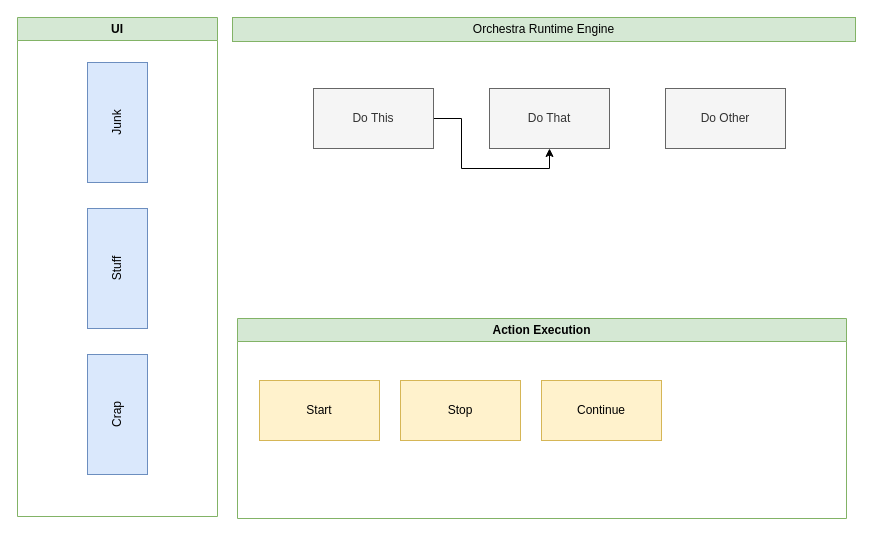
Earlier version of the draw.io diagram demo-diagrams/first-demo-diagram.drawio (jkilgrow/design-diagrams). Source tidied: cells renumbered, new cells numbered last; positions are measured from the earlier drawing's top-left corner, leaving out a move shared by most shapes. Both pictures are drawn from the tidied source at 100%, with x=0, y=0 at pixel (17, 17).
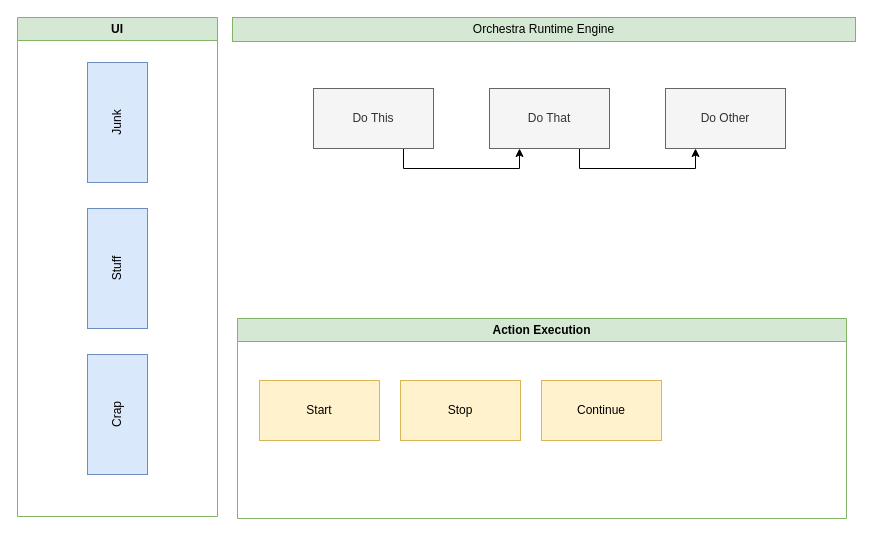
After the change.

Commit message:
Fixing and expanding the lines

The edit, as a diff of the source:
```diff
@@
 <mxGraphModel>
   <root>
     <mxCell id="0" />
     <mxCell id="1" parent="0" />
     <mxCell id="2" value="UI" style="swimlane;whiteSpace=wrap;html=1;fillColor=#d5e8d4;strokeColor=#82b366;" parent="1" vertex="1">
       <mxGeometry width="200" height="499" as="geometry" />
     </mxCell>
     <mxCell id="3" value="Crap" style="rounded=0;whiteSpace=wrap;html=1;fillColor=#dae8fc;strokeColor=#6c8ebf;rotation=-90;" parent="2" vertex="1">
       <mxGeometry x="40" y="367" width="120" height="60" as="geometry" />
     </mxCell>
     <mxCell id="4" value="Stuff" style="rounded=0;whiteSpace=wrap;html=1;fillColor=#dae8fc;strokeColor=#6c8ebf;rotation=-90;" parent="2" vertex="1">
       <mxGeometry x="40" y="221" width="120" height="60" as="geometry" />
     </mxCell>
     <mxCell id="5" value="Junk" style="rounded=0;whiteSpace=wrap;html=1;fillColor=#dae8fc;strokeColor=#6c8ebf;rotation=-90;" parent="2" vertex="1">
       <mxGeometry x="40" y="75" width="120" height="60" as="geometry" />
     </mxCell>
     <mxCell id="6" value="Action Execution" style="swimlane;whiteSpace=wrap;html=1;fillColor=#d5e8d4;strokeColor=#82b366;" parent="1" vertex="1">
       <mxGeometry x="220" y="301" width="609" height="200" as="geometry" />
     </mxCell>
     <mxCell id="7" value="Start" style="rounded=0;whiteSpace=wrap;html=1;fillColor=#fff2cc;strokeColor=#d6b656;" parent="6" vertex="1">
       <mxGeometry x="22" y="62" width="120" height="60" as="geometry" />
     </mxCell>
     <mxCell id="8" value="Stop" style="rounded=0;whiteSpace=wrap;html=1;fillColor=#fff2cc;strokeColor=#d6b656;" parent="6" vertex="1">
       <mxGeometry x="163" y="62" width="120" height="60" as="geometry" />
     </mxCell>
     <mxCell id="9" value="Continue" style="rounded=0;whiteSpace=wrap;html=1;fillColor=#fff2cc;strokeColor=#d6b656;" parent="6" vertex="1">
       <mxGeometry x="304" y="62" width="120" height="60" as="geometry" />
     </mxCell>
     <mxCell id="10" value="Orchestra Runtime Engine" style="rounded=0;whiteSpace=wrap;html=1;fillColor=#d5e8d4;strokeColor=#82b366;" parent="1" vertex="1">
       <mxGeometry x="215" width="623" height="24" as="geometry" />
     </mxCell>
-    <mxCell id="11" style="edgeStyle=orthogonalEdgeStyle;rounded=0;jettySize=auto;html=1;entryX=0.5;entryY=1;entryDx=0;entryDy=0;" parent="1" edge="1" source="12" target="13">
+    <mxCell id="11" style="edgeStyle=orthogonalEdgeStyle;rounded=0;jettySize=auto;html=1;entryX=0.25;entryY=1;entryDx=0;entryDy=0;exitX=0.75;exitY=1;exitDx=0;exitDy=0;" parent="1" edge="1" source="12" target="13">
       <mxGeometry relative="1" as="geometry" />
     </mxCell>
     <mxCell id="12" value="Do This" style="rounded=0;whiteSpace=wrap;html=1;fillColor=#f5f5f5;fontColor=#333333;strokeColor=#666666;" parent="1" vertex="1">
       <mxGeometry x="296" y="71" width="120" height="60" as="geometry" />
     </mxCell>
+    <mxCell id="15" style="edgeStyle=orthogonalEdgeStyle;rounded=0;jettySize=auto;html=1;entryX=0.25;entryY=1;entryDx=0;entryDy=0;exitX=0.75;exitY=1;exitDx=0;exitDy=0;" parent="1" edge="1" source="13" target="14">
+      <mxGeometry relative="1" as="geometry" />
+    </mxCell>
     <mxCell id="13" value="Do That" style="rounded=0;whiteSpace=wrap;html=1;fillColor=#f5f5f5;fontColor=#333333;strokeColor=#666666;" parent="1" vertex="1">
       <mxGeometry x="472" y="71" width="120" height="60" as="geometry" />
     </mxCell>
     <mxCell id="14" value="Do Other" style="rounded=0;whiteSpace=wrap;html=1;fillColor=#f5f5f5;fontColor=#333333;strokeColor=#666666;" parent="1" vertex="1">
       <mxGeometry x="648" y="71" width="120" height="60" as="geometry" />
     </mxCell>
   </root>
 </mxGraphModel>
```
